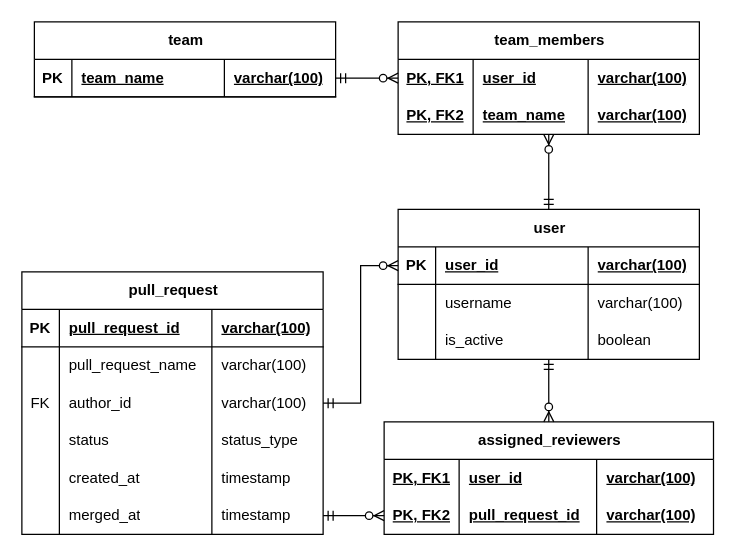
Earlier version of the draw.io diagram Даталогическая модель.drawio.xml (stoneshik/avito-intern). Source tidied: cells renumbered, new cells numbered last; positions are measured from the earlier drawing's top-left corner, leaving out a move shared by most shapes. Both pictures are drawn from the tidied source at 125%, with x=0, y=0 at pixel (21, 21).
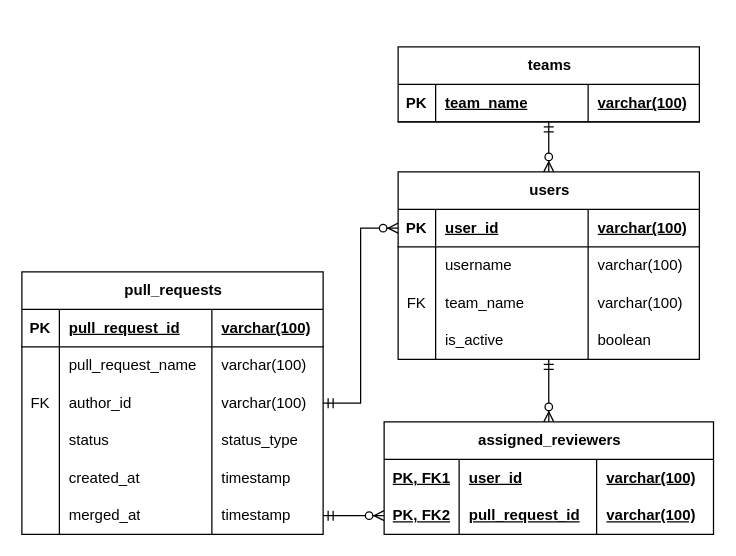
The same page after the edit.

Commit message (it also covers changes not shown here):
исправил даталогическую модель и миграцию

Unchanged cells that the change refers to:
```xml
<mxCell id="3" style="shape=tableRow;horizontal=0;startSize=0;swimlaneHead=0;swimlaneBody=0;fillColor=none;points=[[0,0.5],[1,0.5]];portConstraint=eastwest;top=0;left=0;right=0;bottom=1;" parent="2" vertex="1">
  <mxGeometry y="30" width="241" height="30" as="geometry" />
</mxCell>
```

The edit, as a diff of the source:
```diff
@@
-    <mxCell id="2" value="team" style="shape=table;startSize=30;childLayout=tableLayout;rowLines=0;fontStyle=1;align=center;html=1;" parent="1" vertex="1">
-      <mxGeometry x="10" width="241" height="60" as="geometry" />
+    <mxCell id="2" value="teams" style="shape=table;startSize=30;childLayout=tableLayout;rowLines=0;fontStyle=1;align=center;html=1;" parent="1" vertex="1">
+      <mxGeometry x="301" y="20" width="241" height="60" as="geometry" />
     </mxCell>
@@
-    <mxCell id="7" value="team_members" style="shape=table;startSize=30;childLayout=tableLayout;rowLines=0;fontStyle=1;align=center;html=1;" parent="1" vertex="1">
-      <mxGeometry x="301" width="241" height="90" as="geometry" />
-    </mxCell>
-    <mxCell id="8" style="shape=tableRow;horizontal=0;startSize=0;swimlaneHead=0;swimlaneBody=0;fillColor=none;points=[[0,0.5],[1,0.5]];portConstraint=eastwest;top=0;left=0;right=0;bottom=0;" parent="7" vertex="1">
-      <mxGeometry y="30" width="241" height="30" as="geometry" />
-    </mxCell>
-    <mxCell id="9" value="&lt;b&gt;&lt;u&gt;PK, FK1&lt;/u&gt;&lt;/b&gt;" style="shape=partialRectangle;fillColor=none;top=0;left=0;bottom=0;right=0;overflow=hidden;whiteSpace=wrap;html=1;" parent="8" vertex="1">
-      <mxGeometry width="60" height="30" as="geometry" />
-    </mxCell>
-    <mxCell id="10" value="user_id" style="shape=partialRectangle;fillColor=none;top=0;left=0;bottom=0;right=0;align=left;spacingLeft=6;overflow=hidden;whiteSpace=wrap;html=1;fontStyle=5;" parent="8" vertex="1">
-      <mxGeometry x="60" width="92" height="30" as="geometry" />
-    </mxCell>
-    <mxCell id="11" value="varchar(100)" style="shape=partialRectangle;fillColor=none;top=0;left=0;bottom=0;right=0;align=left;spacingLeft=6;overflow=hidden;whiteSpace=wrap;html=1;fontStyle=5;" parent="8" vertex="1">
-      <mxGeometry x="152" width="89" height="30" as="geometry" />
-    </mxCell>
-    <mxCell id="12" style="shape=tableRow;horizontal=0;startSize=0;swimlaneHead=0;swimlaneBody=0;fillColor=none;points=[[0,0.5],[1,0.5]];portConstraint=eastwest;top=0;left=0;right=0;bottom=0;" parent="7" vertex="1">
-      <mxGeometry y="60" width="241" height="30" as="geometry" />
-    </mxCell>
-    <mxCell id="13" value="&lt;b&gt;&lt;u&gt;PK, FK2&lt;/u&gt;&lt;/b&gt;" style="shape=partialRectangle;fillColor=none;top=0;left=0;bottom=0;right=0;overflow=hidden;whiteSpace=wrap;html=1;" parent="12" vertex="1">
-      <mxGeometry width="60" height="30" as="geometry" />
-    </mxCell>
-    <mxCell id="14" value="&lt;b&gt;&lt;u&gt;team_name&lt;/u&gt;&lt;/b&gt;" style="shape=partialRectangle;fillColor=none;top=0;left=0;bottom=0;right=0;align=left;spacingLeft=6;overflow=hidden;whiteSpace=wrap;html=1;" parent="12" vertex="1">
-      <mxGeometry x="60" width="92" height="30" as="geometry" />
-    </mxCell>
-    <mxCell id="15" value="varchar(100)" style="shape=partialRectangle;fillColor=none;top=0;left=0;bottom=0;right=0;align=left;spacingLeft=6;overflow=hidden;whiteSpace=wrap;html=1;fontStyle=5;" parent="12" vertex="1">
-      <mxGeometry x="152" width="89" height="30" as="geometry" />
-    </mxCell>
-    <mxCell id="16" value="user" style="shape=table;startSize=30;childLayout=tableLayout;rowLines=0;fontStyle=1;align=center;html=1;" parent="1" vertex="1">
-      <mxGeometry x="301" y="150" width="241" height="120" as="geometry" />
+    <mxCell id="16" value="users" style="shape=table;startSize=30;childLayout=tableLayout;rowLines=0;fontStyle=1;align=center;html=1;" parent="1" vertex="1">
+      <mxGeometry x="301" y="120" width="241" height="150" as="geometry" />
     </mxCell>
@@
+    <mxCell id="68" style="shape=tableRow;horizontal=0;startSize=0;swimlaneHead=0;swimlaneBody=0;fillColor=none;top=0;left=0;right=0;bottom=0;" parent="16" vertex="1">
+      <mxGeometry y="90" width="241" height="30" as="geometry" />
+    </mxCell>
+    <mxCell id="69" value="FK" style="shape=partialRectangle;fillColor=none;top=0;left=0;bottom=0;right=0;overflow=hidden;whiteSpace=wrap;html=1;" parent="68" vertex="1">
+      <mxGeometry width="30" height="30" as="geometry" />
+    </mxCell>
+    <mxCell id="14" value="team_name" style="shape=partialRectangle;fillColor=none;top=0;left=0;bottom=0;right=0;align=left;spacingLeft=6;overflow=hidden;whiteSpace=wrap;html=1;" parent="68" vertex="1">
+      <mxGeometry x="30" width="122" height="30" as="geometry" />
+    </mxCell>
+    <mxCell id="70" value="varchar(100)" style="shape=partialRectangle;fillColor=none;top=0;left=0;bottom=0;right=0;align=left;spacingLeft=6;overflow=hidden;whiteSpace=wrap;html=1;" parent="68" vertex="1">
+      <mxGeometry x="152" width="89" height="30" as="geometry" />
+    </mxCell>
     <mxCell id="25" style="shape=tableRow;horizontal=0;startSize=0;swimlaneHead=0;swimlaneBody=0;fillColor=none;points=[[0,0.5],[1,0.5]];portConstraint=eastwest;top=0;left=0;right=0;bottom=0;" parent="16" vertex="1">
-      <mxGeometry y="90" width="241" height="30" as="geometry" />
+      <mxGeometry y="120" width="241" height="30" as="geometry" />
     </mxCell>
@@
-    <mxCell id="29" value="pull_request" style="shape=table;startSize=30;childLayout=tableLayout;rowLines=0;fontStyle=1;align=center;html=1;" parent="1" vertex="1">
+    <mxCell id="29" value="pull_requests" style="shape=table;startSize=30;childLayout=tableLayout;rowLines=0;fontStyle=1;align=center;html=1;" parent="1" vertex="1">
       <mxGeometry y="200" width="241" height="210" as="geometry" />
     </mxCell>
@@
-    <mxCell id="66" style="edgeStyle=elbowEdgeStyle;fontSize=12;html=1;endArrow=ERzeroToMany;startArrow=ERmandOne;rounded=0;elbow=vertical;exitX=0.5;exitY=0;exitDx=0;exitDy=0;" parent="1" edge="1" source="16" target="12">
-      <mxGeometry relative="1" as="geometry" />
-    </mxCell>
-    <mxCell id="67" style="edgeStyle=entityRelationEdgeStyle;fontSize=12;html=1;endArrow=ERzeroToMany;startArrow=ERmandOne;rounded=0;exitX=1;exitY=0.5;exitDx=0;exitDy=0;" parent="1" edge="1" source="3" target="8">
-      <mxGeometry relative="1" as="geometry" />
-    </mxCell>
+    <mxCell id="71" style="edgeStyle=elbowEdgeStyle;fontSize=12;html=1;endArrow=ERzeroToMany;startArrow=ERmandOne;rounded=0;entryX=0.5;entryY=0;entryDx=0;entryDy=0;elbow=vertical;" parent="1" edge="1" source="3" target="16">
+      <mxGeometry relative="1" as="geometry" />
+    </mxCell>
```
